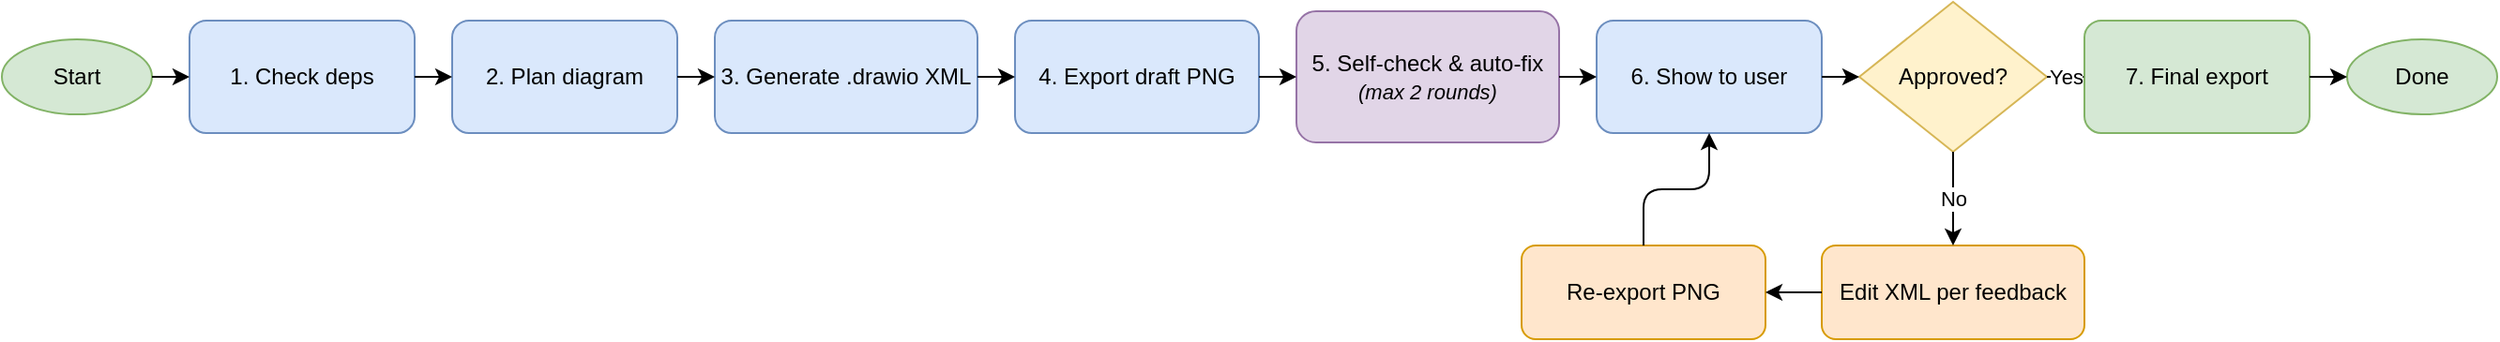
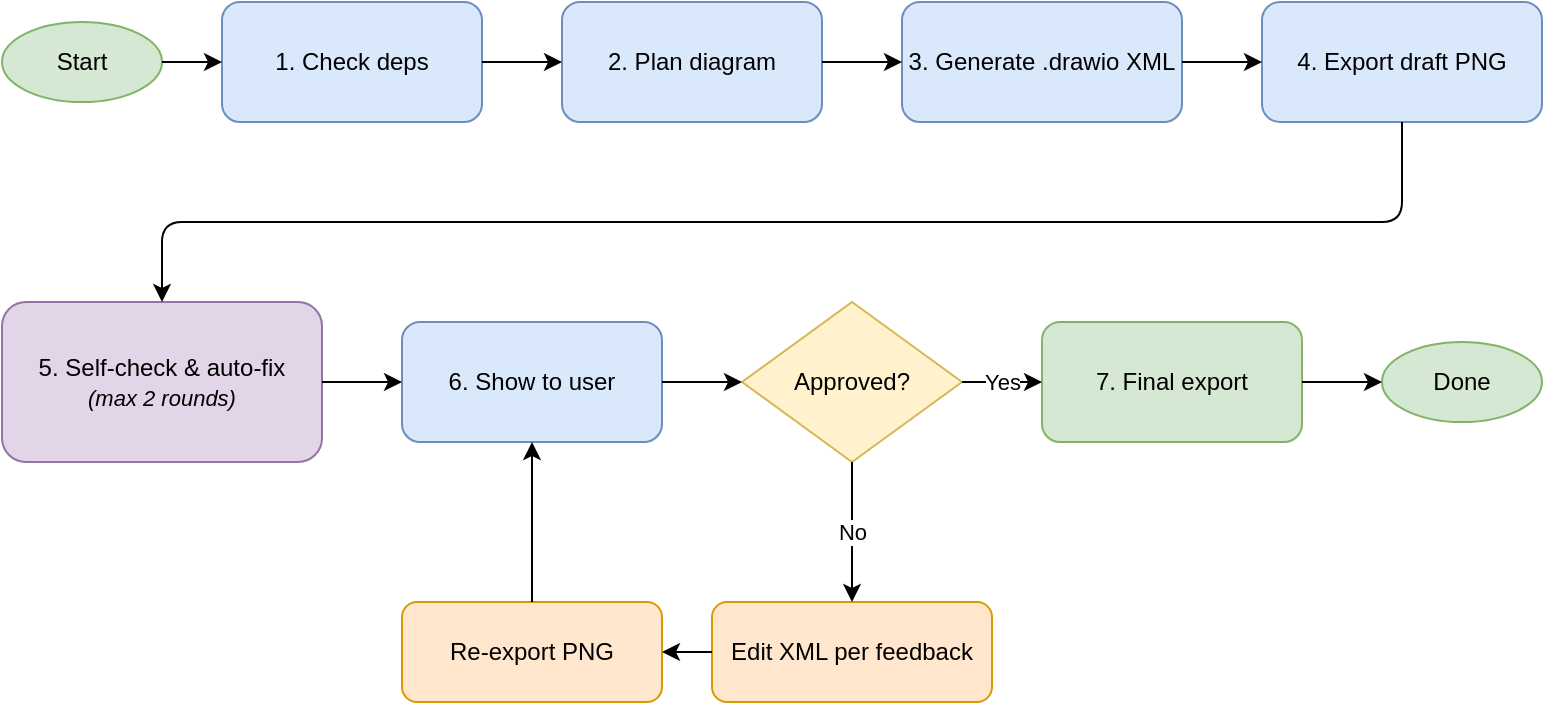
<?xml version="1.0" encoding="UTF-8"?>
<mxfile host="drawio" version="26.0.0">
  <diagram name="Page-1">
-     <mxGraphModel pageWidth="1400" pageHeight="320" grid="1" gridSize="10" guides="1" tooltips="1" connect="1" arrows="1" fold="1" page="1" pageScale="1" math="0" shadow="0">
+     <mxGraphModel pageWidth="820" pageHeight="460" grid="1" gridSize="10" guides="1" tooltips="1" connect="1" arrows="1" fold="1" page="1" pageScale="1" math="0" shadow="0">
      <root>
        <mxCell id="0" />
        <mxCell id="1" parent="0" />

-         <!-- Start -->
+         <!-- Row 1 -->
        <mxCell id="2" value="Start" style="ellipse;whiteSpace=wrap;html=1;fillColor=#d5e8d4;strokeColor=#82b366;" vertex="1" parent="1">
-           <mxGeometry x="20" y="130" width="80" height="40" as="geometry" />
+           <mxGeometry x="20" y="90" width="80" height="40" as="geometry" />
+         </mxCell>
+         <mxCell id="3" value="1. Check deps" style="rounded=1;whiteSpace=wrap;html=1;fillColor=#dae8fc;strokeColor=#6c8ebf;" vertex="1" parent="1">
+           <mxGeometry x="130" y="80" width="130" height="60" as="geometry" />
+         </mxCell>
+         <mxCell id="4" value="2. Plan diagram" style="rounded=1;whiteSpace=wrap;html=1;fillColor=#dae8fc;strokeColor=#6c8ebf;" vertex="1" parent="1">
+           <mxGeometry x="300" y="80" width="130" height="60" as="geometry" />
+         </mxCell>
+         <mxCell id="5" value="3. Generate .drawio XML" style="rounded=1;whiteSpace=wrap;html=1;fillColor=#dae8fc;strokeColor=#6c8ebf;" vertex="1" parent="1">
+           <mxGeometry x="470" y="80" width="140" height="60" as="geometry" />
+         </mxCell>
+         <mxCell id="6" value="4. Export draft PNG" style="rounded=1;whiteSpace=wrap;html=1;fillColor=#dae8fc;strokeColor=#6c8ebf;" vertex="1" parent="1">
+           <mxGeometry x="650" y="80" width="140" height="60" as="geometry" />
        </mxCell>

-         <!-- 1. Check deps -->
-         <mxCell id="3" value="1. Check deps" style="rounded=1;whiteSpace=wrap;html=1;fillColor=#dae8fc;strokeColor=#6c8ebf;" vertex="1" parent="1">
-           <mxGeometry x="120" y="120" width="120" height="60" as="geometry" />
+         <!-- Row 2 -->
+         <mxCell id="7" value="5. Self-check &amp; auto-fix&lt;br&gt;&lt;i style=&quot;font-size:11px&quot;&gt;(max 2 rounds)&lt;/i&gt;" style="rounded=1;whiteSpace=wrap;html=1;fillColor=#e1d5e7;strokeColor=#9673a6;" vertex="1" parent="1">
+           <mxGeometry x="20" y="230" width="160" height="80" as="geometry" />
+         </mxCell>
+         <mxCell id="8" value="6. Show to user" style="rounded=1;whiteSpace=wrap;html=1;fillColor=#dae8fc;strokeColor=#6c8ebf;" vertex="1" parent="1">
+           <mxGeometry x="220" y="240" width="130" height="60" as="geometry" />
+         </mxCell>
+         <mxCell id="9" value="Approved?" style="rhombus;whiteSpace=wrap;html=1;fillColor=#fff2cc;strokeColor=#d6b656;" vertex="1" parent="1">
+           <mxGeometry x="390" y="230" width="110" height="80" as="geometry" />
+         </mxCell>
+         <mxCell id="12" value="7. Final export" style="rounded=1;whiteSpace=wrap;html=1;fillColor=#d5e8d4;strokeColor=#82b366;" vertex="1" parent="1">
+           <mxGeometry x="540" y="240" width="130" height="60" as="geometry" />
+         </mxCell>
+         <mxCell id="13" value="Done" style="ellipse;whiteSpace=wrap;html=1;fillColor=#d5e8d4;strokeColor=#82b366;" vertex="1" parent="1">
+           <mxGeometry x="710" y="250" width="80" height="40" as="geometry" />
        </mxCell>

-         <!-- 2. Plan diagram -->
-         <mxCell id="4" value="2. Plan diagram" style="rounded=1;whiteSpace=wrap;html=1;fillColor=#dae8fc;strokeColor=#6c8ebf;" vertex="1" parent="1">
-           <mxGeometry x="260" y="120" width="120" height="60" as="geometry" />
+         <!-- Feedback row -->
+         <mxCell id="10" value="Edit XML per feedback" style="rounded=1;whiteSpace=wrap;html=1;fillColor=#ffe6cc;strokeColor=#d79b00;" vertex="1" parent="1">
+           <mxGeometry x="375" y="380" width="140" height="50" as="geometry" />
+         </mxCell>
+         <mxCell id="11" value="Re-export PNG" style="rounded=1;whiteSpace=wrap;html=1;fillColor=#ffe6cc;strokeColor=#d79b00;" vertex="1" parent="1">
+           <mxGeometry x="220" y="380" width="130" height="50" as="geometry" />
        </mxCell>

-         <!-- 3. Generate XML -->
-         <mxCell id="5" value="3. Generate .drawio XML" style="rounded=1;whiteSpace=wrap;html=1;fillColor=#dae8fc;strokeColor=#6c8ebf;" vertex="1" parent="1">
-           <mxGeometry x="400" y="120" width="140" height="60" as="geometry" />
-         </mxCell>
- 
-         <!-- 4. Export draft PNG -->
-         <mxCell id="6" value="4. Export draft PNG" style="rounded=1;whiteSpace=wrap;html=1;fillColor=#dae8fc;strokeColor=#6c8ebf;" vertex="1" parent="1">
-           <mxGeometry x="560" y="120" width="130" height="60" as="geometry" />
-         </mxCell>
- 
-         <!-- 5. Self-check &amp; auto-fix -->
-         <mxCell id="7" value="5. Self-check &amp; auto-fix&lt;br&gt;&lt;i style=&quot;font-size:11px&quot;&gt;(max 2 rounds)&lt;/i&gt;" style="rounded=1;whiteSpace=wrap;html=1;fillColor=#e1d5e7;strokeColor=#9673a6;" vertex="1" parent="1">
-           <mxGeometry x="710" y="115" width="140" height="70" as="geometry" />
-         </mxCell>
- 
-         <!-- 6. Show image to user -->
-         <mxCell id="8" value="6. Show to user" style="rounded=1;whiteSpace=wrap;html=1;fillColor=#dae8fc;strokeColor=#6c8ebf;" vertex="1" parent="1">
-           <mxGeometry x="870" y="120" width="120" height="60" as="geometry" />
-         </mxCell>
- 
-         <!-- Approved? -->
-         <mxCell id="9" value="Approved?" style="rhombus;whiteSpace=wrap;html=1;fillColor=#fff2cc;strokeColor=#d6b656;" vertex="1" parent="1">
-           <mxGeometry x="1010" y="110" width="100" height="80" as="geometry" />
-         </mxCell>
- 
-         <!-- 7. Final export -->
-         <mxCell id="12" value="7. Final export" style="rounded=1;whiteSpace=wrap;html=1;fillColor=#d5e8d4;strokeColor=#82b366;" vertex="1" parent="1">
-           <mxGeometry x="1130" y="120" width="120" height="60" as="geometry" />
-         </mxCell>
- 
-         <!-- Done -->
-         <mxCell id="13" value="Done" style="ellipse;whiteSpace=wrap;html=1;fillColor=#d5e8d4;strokeColor=#82b366;" vertex="1" parent="1">
-           <mxGeometry x="1270" y="130" width="80" height="40" as="geometry" />
-         </mxCell>
- 
-         <!-- Edit XML (below) -->
-         <mxCell id="10" value="Edit XML per feedback" style="rounded=1;whiteSpace=wrap;html=1;fillColor=#ffe6cc;strokeColor=#d79b00;" vertex="1" parent="1">
-           <mxGeometry x="990" y="240" width="140" height="50" as="geometry" />
-         </mxCell>
- 
-         <!-- Re-export PNG (below) -->
-         <mxCell id="11" value="Re-export PNG" style="rounded=1;whiteSpace=wrap;html=1;fillColor=#ffe6cc;strokeColor=#d79b00;" vertex="1" parent="1">
-           <mxGeometry x="830" y="240" width="130" height="50" as="geometry" />
-         </mxCell>
- 
-         <!-- Edges: main left-to-right flow -->
+         <!-- Edges: Row 1 LTR -->
        <mxCell id="20" value="" style="edgeStyle=orthogonalEdgeStyle;html=1;exitX=1;exitY=0.5;exitDx=0;exitDy=0;entryX=0;entryY=0.5;entryDx=0;entryDy=0;" edge="1" parent="1" source="2" target="3">
          <mxGeometry relative="1" as="geometry" />
        </mxCell>
        <mxCell id="21" value="" style="edgeStyle=orthogonalEdgeStyle;html=1;exitX=1;exitY=0.5;exitDx=0;exitDy=0;entryX=0;entryY=0.5;entryDx=0;entryDy=0;" edge="1" parent="1" source="3" target="4">
          <mxGeometry relative="1" as="geometry" />
        </mxCell>
        <mxCell id="22" value="" style="edgeStyle=orthogonalEdgeStyle;html=1;exitX=1;exitY=0.5;exitDx=0;exitDy=0;entryX=0;entryY=0.5;entryDx=0;entryDy=0;" edge="1" parent="1" source="4" target="5">
          <mxGeometry relative="1" as="geometry" />
        </mxCell>
        <mxCell id="23" value="" style="edgeStyle=orthogonalEdgeStyle;html=1;exitX=1;exitY=0.5;exitDx=0;exitDy=0;entryX=0;entryY=0.5;entryDx=0;entryDy=0;" edge="1" parent="1" source="5" target="6">
          <mxGeometry relative="1" as="geometry" />
        </mxCell>
-         <mxCell id="24" value="" style="edgeStyle=orthogonalEdgeStyle;html=1;exitX=1;exitY=0.5;exitDx=0;exitDy=0;entryX=0;entryY=0.5;entryDx=0;entryDy=0;" edge="1" parent="1" source="6" target="7">
-           <mxGeometry relative="1" as="geometry" />
+ 
+         <!-- Wrap: 4. Export draft PNG -> 5. Self-check (down, left, up) -->
+         <mxCell id="24" value="" style="edgeStyle=orthogonalEdgeStyle;html=1;exitX=0.5;exitY=1;exitDx=0;exitDy=0;entryX=0.5;entryY=0;entryDx=0;entryDy=0;" edge="1" parent="1" source="6" target="7">
+           <mxGeometry relative="1" as="geometry">
+             <Array as="points">
+               <mxPoint x="720" y="190" />
+               <mxPoint x="100" y="190" />
+             </Array>
+           </mxGeometry>
        </mxCell>
+ 
+         <!-- Edges: Row 2 LTR -->
        <mxCell id="25" value="" style="edgeStyle=orthogonalEdgeStyle;html=1;exitX=1;exitY=0.5;exitDx=0;exitDy=0;entryX=0;entryY=0.5;entryDx=0;entryDy=0;" edge="1" parent="1" source="7" target="8">
          <mxGeometry relative="1" as="geometry" />
        </mxCell>
        <mxCell id="26" value="" style="edgeStyle=orthogonalEdgeStyle;html=1;exitX=1;exitY=0.5;exitDx=0;exitDy=0;entryX=0;entryY=0.5;entryDx=0;entryDy=0;" edge="1" parent="1" source="8" target="9">
          <mxGeometry relative="1" as="geometry" />
        </mxCell>
- 
-         <!-- Approved? → Yes → Final export -->
        <mxCell id="27" value="Yes" style="edgeStyle=orthogonalEdgeStyle;html=1;exitX=1;exitY=0.5;exitDx=0;exitDy=0;entryX=0;entryY=0.5;entryDx=0;entryDy=0;" edge="1" parent="1" source="9" target="12">
          <mxGeometry relative="1" as="geometry" />
        </mxCell>
- 
-         <!-- Final export → Done -->
        <mxCell id="31" value="" style="edgeStyle=orthogonalEdgeStyle;html=1;exitX=1;exitY=0.5;exitDx=0;exitDy=0;entryX=0;entryY=0.5;entryDx=0;entryDy=0;" edge="1" parent="1" source="12" target="13">
          <mxGeometry relative="1" as="geometry" />
        </mxCell>

-         <!-- Approved? → No → Edit XML (downward) -->
+         <!-- Feedback loop -->
        <mxCell id="28" value="No" style="edgeStyle=orthogonalEdgeStyle;html=1;exitX=0.5;exitY=1;exitDx=0;exitDy=0;entryX=0.5;entryY=0;entryDx=0;entryDy=0;" edge="1" parent="1" source="9" target="10">
          <mxGeometry relative="1" as="geometry" />
        </mxCell>
- 
-         <!-- Edit XML → Re-export (right-to-left) -->
        <mxCell id="29" value="" style="edgeStyle=orthogonalEdgeStyle;html=1;exitX=0;exitY=0.5;exitDx=0;exitDy=0;entryX=1;entryY=0.5;entryDx=0;entryDy=0;" edge="1" parent="1" source="10" target="11">
          <mxGeometry relative="1" as="geometry" />
        </mxCell>
- 
-         <!-- Re-export → 6. Show to user (upward loop) -->
        <mxCell id="30" value="" style="edgeStyle=orthogonalEdgeStyle;html=1;exitX=0.5;exitY=0;exitDx=0;exitDy=0;entryX=0.5;entryY=1;entryDx=0;entryDy=0;" edge="1" parent="1" source="11" target="8">
          <mxGeometry relative="1" as="geometry" />
        </mxCell>

      </root>
    </mxGraphModel>
  </diagram>
</mxfile>
